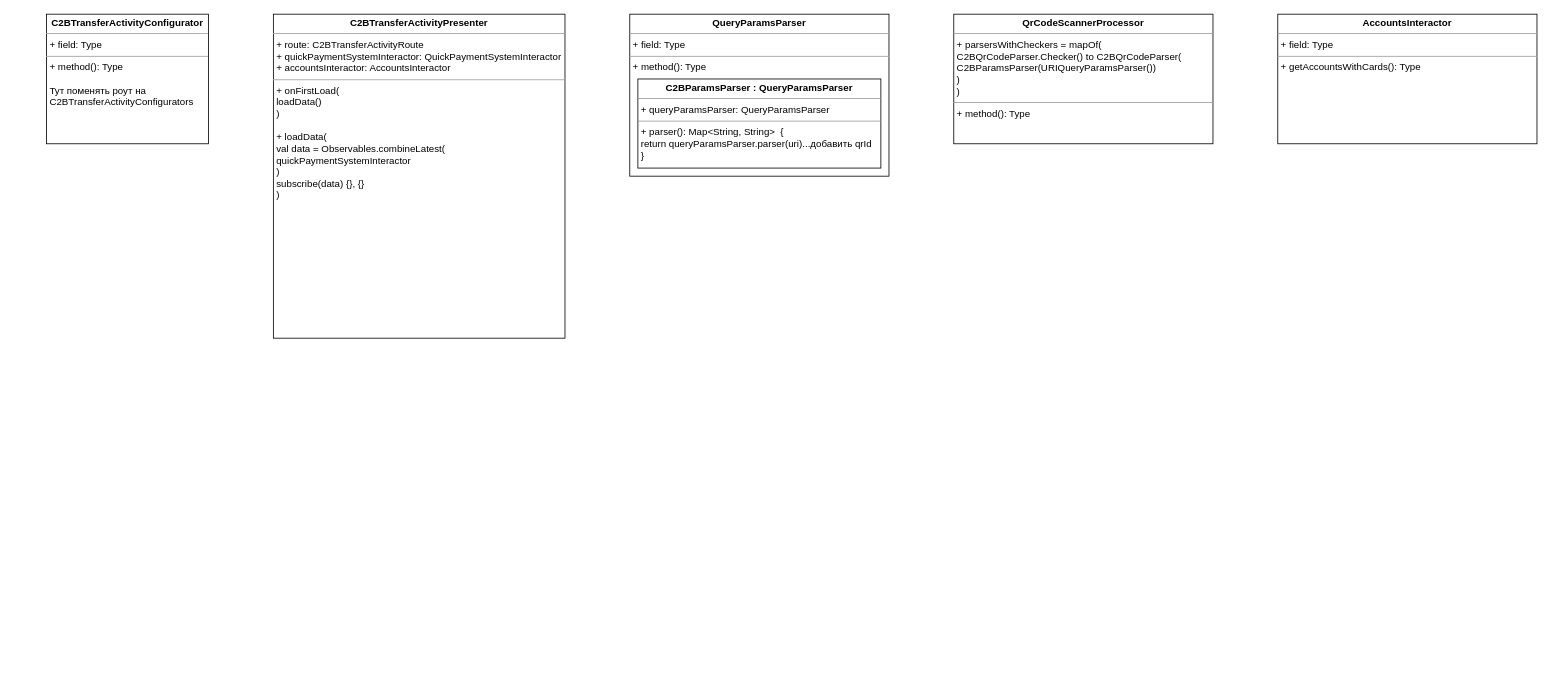
Before: UNI-14927.drawio in ShiryaevNikolay/diagrams, a draw.io diagram. Source tidied: cells renumbered, new cells numbered last; positions are measured from the earlier drawing's top-left corner, leaving out a move shared by most shapes. Both pictures are drawn from the tidied source at 81%, with x=0, y=0 at pixel (46, 14).
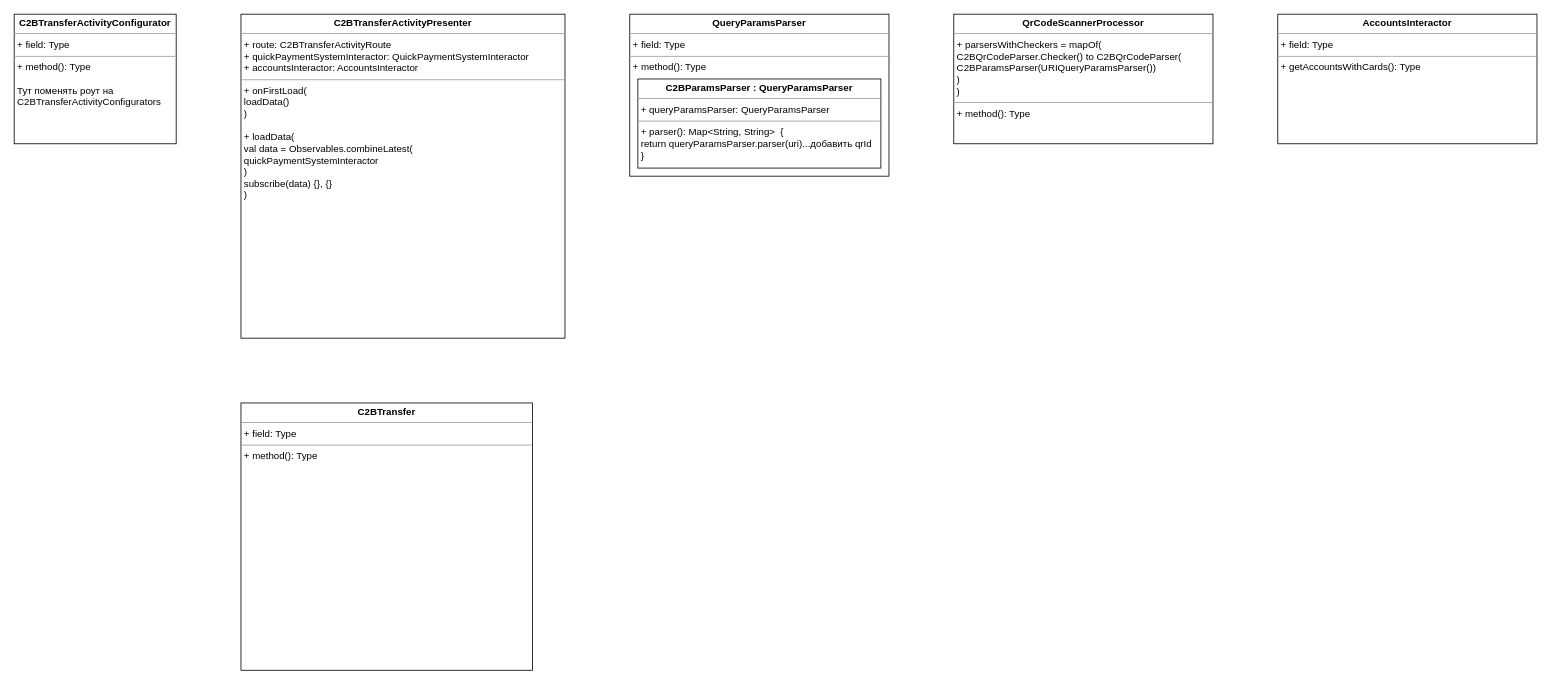
The same page after the edit.

Diff of the diagram source:
```diff
@@
 <mxGraphModel>
   <root>
     <mxCell id="0" />
     <mxCell id="1" parent="0" />
     <mxCell id="2" value="&lt;p style=&quot;margin: 0px ; margin-top: 4px ; text-align: center&quot;&gt;&lt;b&gt;C2BTransferActivityPresenter&lt;/b&gt;&lt;/p&gt;&lt;hr size=&quot;1&quot;&gt;&lt;p style=&quot;margin: 0px ; margin-left: 4px&quot;&gt;+ route: C2BTransferActivityRoute&lt;/p&gt;&lt;p style=&quot;margin: 0px ; margin-left: 4px&quot;&gt;+ quickPaymentSystemInteractor: QuickPaymentSystemInteractor&lt;/p&gt;&lt;p style=&quot;margin: 0px ; margin-left: 4px&quot;&gt;+ accountsInteractor: AccountsInteractor&lt;br&gt;&lt;/p&gt;&lt;hr size=&quot;1&quot;&gt;&lt;p style=&quot;margin: 0px ; margin-left: 4px&quot;&gt;+ onFirstLoad(&lt;/p&gt;&lt;p style=&quot;margin: 0px ; margin-left: 4px&quot;&gt;loadData()&lt;br&gt;&lt;/p&gt;&lt;p style=&quot;margin: 0px ; margin-left: 4px&quot;&gt;)&lt;/p&gt;&lt;p style=&quot;margin: 0px ; margin-left: 4px&quot;&gt;&lt;br&gt;&lt;/p&gt;&lt;p style=&quot;margin: 0px ; margin-left: 4px&quot;&gt;+ loadData(&lt;/p&gt;&lt;p style=&quot;margin: 0px ; margin-left: 4px&quot;&gt;val data = Observables.combineLatest(&lt;/p&gt;&lt;p style=&quot;margin: 0px ; margin-left: 4px&quot;&gt;quickPaymentSystemInteractor&lt;br&gt;&lt;/p&gt;&lt;p style=&quot;margin: 0px ; margin-left: 4px&quot;&gt;)&lt;br&gt;&lt;/p&gt;&lt;p style=&quot;margin: 0px ; margin-left: 4px&quot;&gt;subscribe(data) {}, {}&lt;br&gt;&lt;/p&gt;&lt;p style=&quot;margin: 0px ; margin-left: 4px&quot;&gt;)&lt;br&gt;&lt;/p&gt;" style="verticalAlign=top;align=left;overflow=fill;fontSize=12;fontFamily=Helvetica;html=1;" parent="1" vertex="1">
-      <mxGeometry x="280" width="360" height="400" as="geometry" />
+      <mxGeometry x="240" width="400" height="400" as="geometry" />
     </mxCell>
     <mxCell id="3" value="&lt;p style=&quot;margin: 0px ; margin-top: 4px ; text-align: center&quot;&gt;&lt;b&gt;QueryParamsParser&lt;/b&gt;&lt;/p&gt;&lt;hr size=&quot;1&quot;&gt;&lt;p style=&quot;margin: 0px ; margin-left: 4px&quot;&gt;+ field: Type&lt;/p&gt;&lt;hr size=&quot;1&quot;&gt;&lt;p style=&quot;margin: 0px ; margin-left: 4px&quot;&gt;+ method(): Type&lt;/p&gt;" style="verticalAlign=top;align=left;overflow=fill;fontSize=12;fontFamily=Helvetica;html=1;" parent="1" vertex="1">
       <mxGeometry x="720" width="320" height="200" as="geometry" />
     </mxCell>
     <mxCell id="4" value="&lt;p style=&quot;margin: 0px ; margin-top: 4px ; text-align: center&quot;&gt;&lt;b&gt;C2BParamsParser : QueryParamsParser&lt;br&gt;&lt;/b&gt;&lt;/p&gt;&lt;hr size=&quot;1&quot;&gt;&lt;p style=&quot;margin: 0px ; margin-left: 4px&quot;&gt;+ queryParamsParser: QueryParamsParser&lt;/p&gt;&lt;hr size=&quot;1&quot;&gt;&lt;p style=&quot;margin: 0px ; margin-left: 4px&quot;&gt;+ parser(): Map&amp;lt;String, String&amp;gt;&amp;nbsp; {&lt;/p&gt;&lt;p style=&quot;margin: 0px ; margin-left: 4px&quot;&gt;&lt;span&gt; &lt;/span&gt;return queryParamsParser.parser(uri)...добавить qrId&lt;br&gt;&lt;/p&gt;&lt;p style=&quot;margin: 0px ; margin-left: 4px&quot;&gt;}&lt;br&gt;&lt;/p&gt;" style="verticalAlign=top;align=left;overflow=fill;fontSize=12;fontFamily=Helvetica;html=1;" parent="1" vertex="1">
       <mxGeometry x="730" y="80" width="300" height="110" as="geometry" />
     </mxCell>
     <mxCell id="5" value="&lt;p style=&quot;margin: 0px ; margin-top: 4px ; text-align: center&quot;&gt;&lt;b&gt;QrCodeScannerProcessor&lt;/b&gt;&lt;/p&gt;&lt;hr size=&quot;1&quot;&gt;&lt;p style=&quot;margin: 0px ; margin-left: 4px&quot;&gt;+ parsersWithCheckers = mapOf(&lt;/p&gt;&lt;p style=&quot;margin: 0px ; margin-left: 4px&quot;&gt;C2BQrCodeParser.Checker() to C2BQrCodeParser(&lt;/p&gt;&lt;p style=&quot;margin: 0px ; margin-left: 4px&quot;&gt;C2BParamsParser(URIQueryParamsParser())&lt;br&gt;&lt;/p&gt;&lt;p style=&quot;margin: 0px ; margin-left: 4px&quot;&gt;)&lt;br&gt;&lt;/p&gt;&lt;p style=&quot;margin: 0px ; margin-left: 4px&quot;&gt;)&lt;br&gt;&lt;/p&gt;&lt;hr size=&quot;1&quot;&gt;&lt;p style=&quot;margin: 0px ; margin-left: 4px&quot;&gt;+ method(): Type&lt;/p&gt;" style="verticalAlign=top;align=left;overflow=fill;fontSize=12;fontFamily=Helvetica;html=1;" parent="1" vertex="1">
       <mxGeometry x="1120" width="320" height="160" as="geometry" />
     </mxCell>
     <mxCell id="6" value="&lt;p style=&quot;margin: 0px ; margin-top: 4px ; text-align: center&quot;&gt;&lt;b&gt;C2BTransferActivityConfigurator&lt;/b&gt;&lt;/p&gt;&lt;hr size=&quot;1&quot;&gt;&lt;p style=&quot;margin: 0px ; margin-left: 4px&quot;&gt;+ field: Type&lt;/p&gt;&lt;hr size=&quot;1&quot;&gt;&lt;p style=&quot;margin: 0px ; margin-left: 4px&quot;&gt;+ method(): Type&lt;/p&gt;&lt;p style=&quot;margin: 0px ; margin-left: 4px&quot;&gt;&lt;br&gt;&lt;/p&gt;&lt;p style=&quot;margin: 0px ; margin-left: 4px&quot;&gt;Тут поменять роут на &lt;br&gt;&lt;/p&gt;&lt;p style=&quot;margin: 0px ; margin-left: 4px&quot;&gt;C2BTransferActivityConfigurators&lt;br&gt;&lt;/p&gt;" style="verticalAlign=top;align=left;overflow=fill;fontSize=12;fontFamily=Helvetica;html=1;" parent="1" vertex="1">
-      <mxGeometry width="200" height="160" as="geometry" />
+      <mxGeometry x="-40" width="200" height="160" as="geometry" />
     </mxCell>
     <mxCell id="7" value="&lt;p style=&quot;margin: 0px ; margin-top: 4px ; text-align: center&quot;&gt;&lt;b&gt;AccountsInteractor&lt;/b&gt;&lt;/p&gt;&lt;hr size=&quot;1&quot;&gt;&lt;p style=&quot;margin: 0px ; margin-left: 4px&quot;&gt;+ field: Type&lt;/p&gt;&lt;hr size=&quot;1&quot;&gt;&lt;p style=&quot;margin: 0px ; margin-left: 4px&quot;&gt;+ getAccountsWithCards(): Type&lt;/p&gt;" style="verticalAlign=top;align=left;overflow=fill;fontSize=12;fontFamily=Helvetica;html=1;" parent="1" vertex="1">
       <mxGeometry x="1520" width="320" height="160" as="geometry" />
     </mxCell>
+    <mxCell id="8" value="&lt;p style=&quot;margin: 0px ; margin-top: 4px ; text-align: center&quot;&gt;&lt;b&gt;C2BTransfer&lt;/b&gt;&lt;/p&gt;&lt;hr size=&quot;1&quot;&gt;&lt;p style=&quot;margin: 0px ; margin-left: 4px&quot;&gt;+ field: Type&lt;/p&gt;&lt;hr size=&quot;1&quot;&gt;&lt;p style=&quot;margin: 0px ; margin-left: 4px&quot;&gt;+ method(): Type&lt;/p&gt;" style="verticalAlign=top;align=left;overflow=fill;fontSize=12;fontFamily=Helvetica;html=1;" parent="1" vertex="1">
+      <mxGeometry x="240" y="480" width="360" height="330" as="geometry" />
+    </mxCell>
   </root>
 </mxGraphModel>
```
